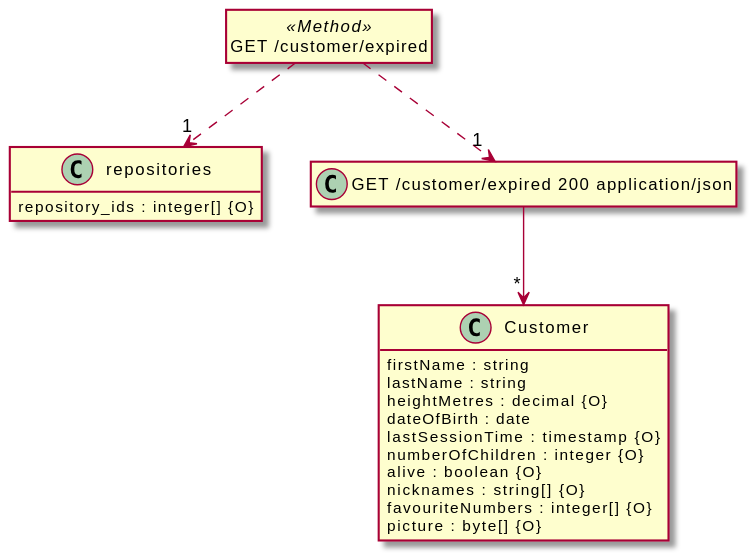
Above: src/docs/tests/request-body-ref.puml.svg in davidmoten/openapi-to-plantuml (PlantUML), before the change.
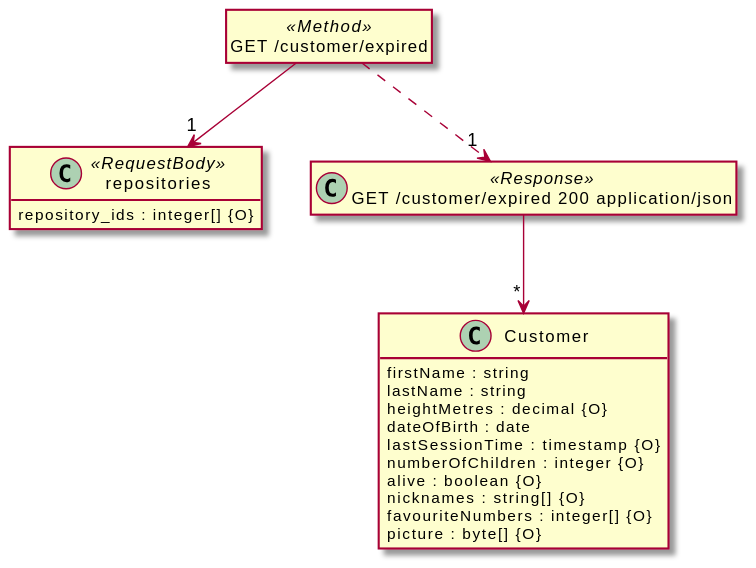
The same diagram one commit later.

The edit, as a diff of the source:
```diff
@@ -17,20 +17,20 @@
   picture : byte[] {O}
 }
 
-class "repositories" {
+class "repositories" <<RequestBody>> {
   repository_ids : integer[] {O}
 }
 
 class "GET /customer/expired" <<Method>> {
 }
 
-class "GET /customer/expired 200 application/json" {
+class "GET /customer/expired 200 application/json" <<Response>> {
 }
 
 "GET /customer/expired 200 application/json" --> "*" "Customer"
 
 "GET /customer/expired" ..> "1" "GET /customer/expired 200 application/json"
 
-"GET /customer/expired" ..> "1" "repositories"
+"GET /customer/expired" --> "1" "repositories"
 
 @enduml
```
